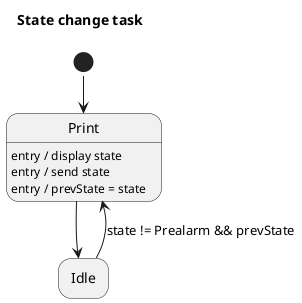
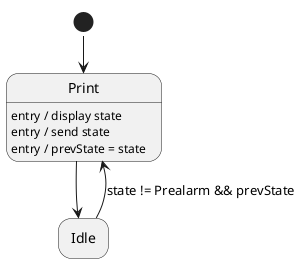
@startuml StateChangeTask
!pragma layout smetana
hide empty description
- 
- title "State change task"

state start <<start>>

state "Print" as print
print : entry / display state
print : entry / send state
print : entry / prevState = state

state "Idle" as idle

start -d-> print

print -d-> idle
print -[hidden]d-> idle
idle -u-> print : state != Prealarm && prevState

@enduml
